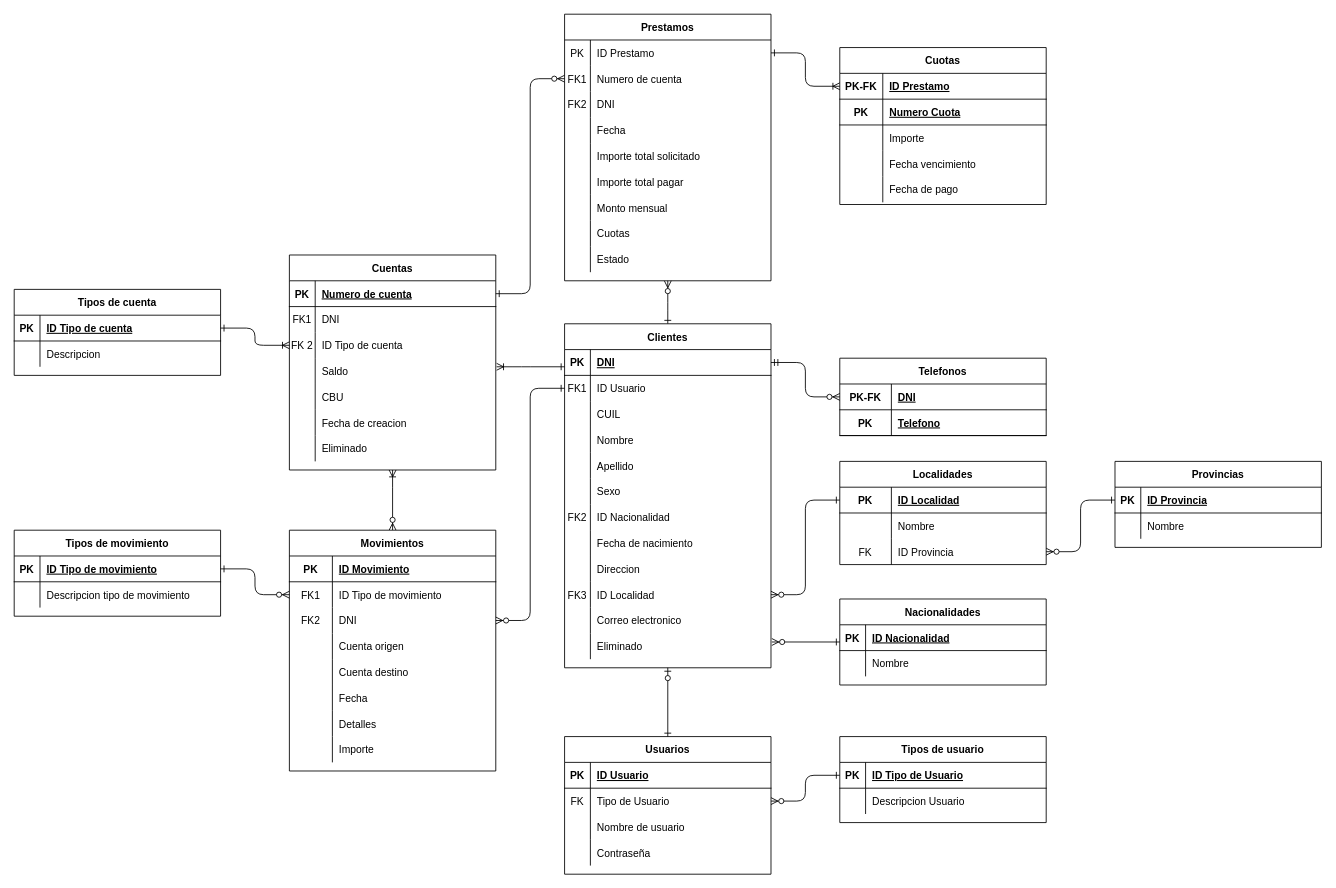
The draw.io diagram Final/DER Bancos/DER.drawio in Cout-Nico-F/REPOSITORIO_GRUPO_6, before the edit. Source tidied: cells renumbered, new cells numbered last; positions are measured from the earlier drawing's top-left corner, leaving out a move shared by most shapes. Both pictures are drawn from the tidied source at 86%, with x=0, y=0 at pixel (14, 14).
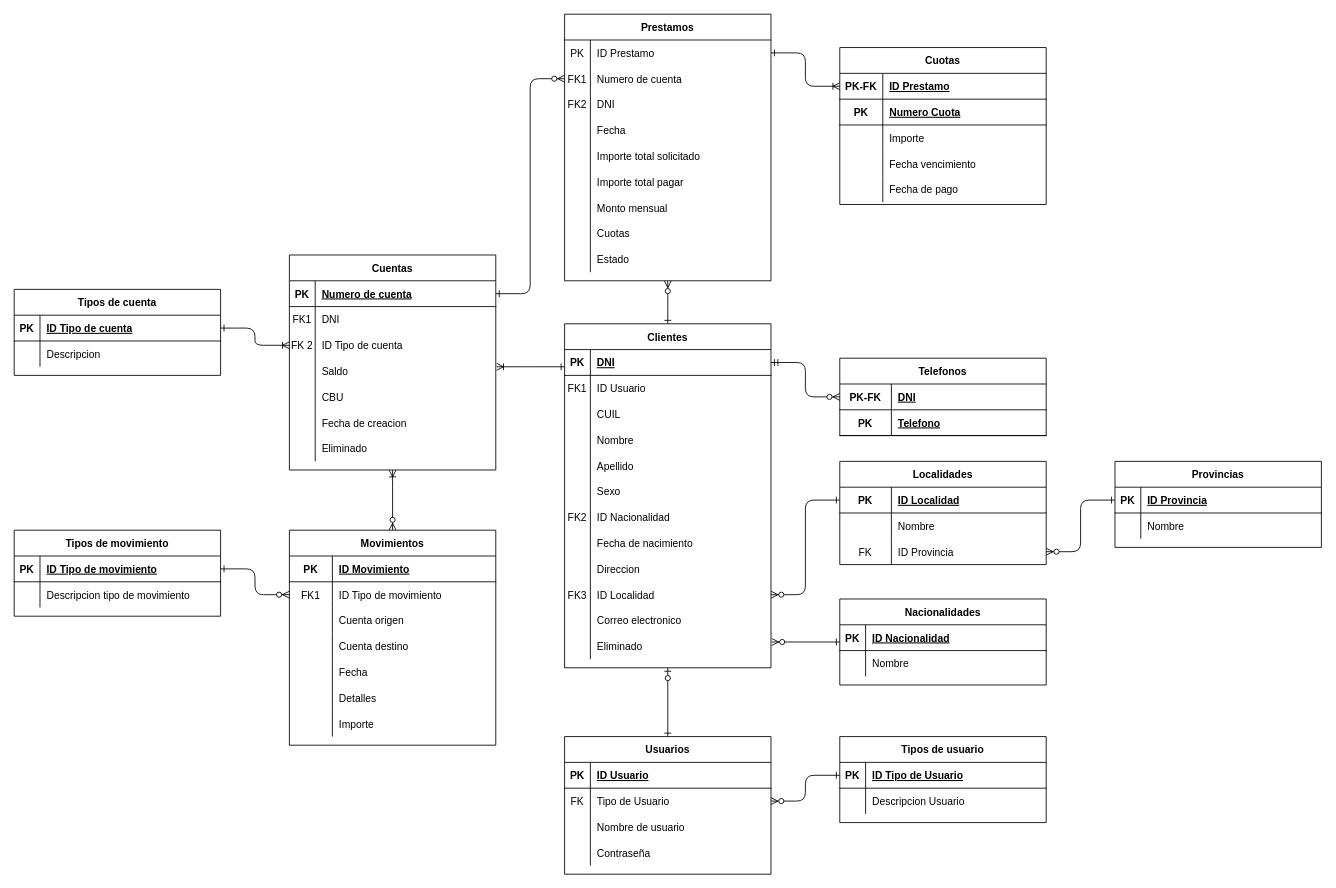
The same diagram, later.

The change refers to these unchanged cells:
```xml
<mxCell id="58" style="shape=partialRectangle;fillColor=none;top=0;left=0;bottom=0;right=0;points=[[0,0.5],[1,0.5]];portConstraint=eastwest;" parent="54" vertex="1">
  <mxGeometry y="60" width="240" height="30" as="geometry" />
</mxCell>
```

Change to the diagram source:
```diff
@@
     <mxCell id="106" value="Movimientos" style="shape=table;startSize=30;childLayout=tableLayout;rowLines=0;fontStyle=1;align=center;" parent="1" vertex="1">
-      <mxGeometry x="320" y="600" width="240" height="280" as="geometry" />
+      <mxGeometry x="320" y="600" width="240" height="250" as="geometry" />
     </mxCell>
@@
-    <mxCell id="113" style="shape=partialRectangle;fillColor=none;top=0;left=0;bottom=0;right=0;points=[[0,0.5],[1,0.5]];portConstraint=eastwest;" parent="106" vertex="1">
-      <mxGeometry y="90" width="240" height="30" as="geometry" />
-    </mxCell>
-    <mxCell id="114" value="FK2" style="shape=partialRectangle;fillColor=none;top=0;left=0;bottom=0;right=0;fontStyle=0;overflow=hidden;" parent="113" vertex="1">
-      <mxGeometry width="50" height="30" as="geometry" />
-    </mxCell>
-    <mxCell id="115" value="DNI" style="shape=partialRectangle;fillColor=none;top=0;left=0;bottom=0;right=0;align=left;spacingLeft=6;fontStyle=0;overflow=hidden;" parent="113" vertex="1">
-      <mxGeometry x="50" width="190" height="30" as="geometry" />
-    </mxCell>
     <mxCell id="116" style="shape=partialRectangle;fillColor=none;top=0;left=0;bottom=0;right=0;" parent="106" vertex="1">
-      <mxGeometry y="120" width="240" height="30" as="geometry" />
+      <mxGeometry y="90" width="240" height="30" as="geometry" />
     </mxCell>
@@
     <mxCell id="119" style="shape=partialRectangle;fillColor=none;top=0;left=0;bottom=0;right=0;" parent="106" vertex="1">
-      <mxGeometry y="150" width="240" height="30" as="geometry" />
+      <mxGeometry y="120" width="240" height="30" as="geometry" />
     </mxCell>
@@
     <mxCell id="122" style="shape=partialRectangle;fillColor=none;top=0;left=0;bottom=0;right=0;" parent="106" vertex="1">
-      <mxGeometry y="180" width="240" height="30" as="geometry" />
+      <mxGeometry y="150" width="240" height="30" as="geometry" />
     </mxCell>
@@
     <mxCell id="125" style="shape=partialRectangle;fillColor=none;top=0;left=0;bottom=0;right=0;" parent="106" vertex="1">
-      <mxGeometry y="210" width="240" height="30" as="geometry" />
+      <mxGeometry y="180" width="240" height="30" as="geometry" />
     </mxCell>
@@
     <mxCell id="128" style="shape=partialRectangle;fillColor=none;top=0;left=0;bottom=0;right=0;" parent="106" vertex="1">
-      <mxGeometry y="240" width="240" height="30" as="geometry" />
+      <mxGeometry y="210" width="240" height="30" as="geometry" />
     </mxCell>
@@
-    <mxCell id="132" style="edgeStyle=orthogonalEdgeStyle;rounded=1;jettySize=auto;html=1;startArrow=ERzeroToMany;startFill=1;endArrow=ERone;endFill=0;entryX=0;entryY=0.5;entryDx=0;entryDy=0;exitX=1;exitY=0.5;exitDx=0;exitDy=0;" parent="1" edge="1" source="113" target="58">
-      <mxGeometry relative="1" as="geometry" />
-    </mxCell>
```
